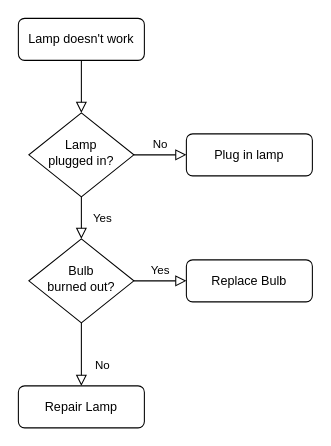
Above: diagram/未命名绘图.drawio in kowloonzh/imgse (draw.io), before the change. Source tidied: cells renumbered, new cells numbered last; positions are measured from the earlier drawing's top-left corner, leaving out a move shared by most shapes. Both pictures are drawn from the tidied source at 105%, with x=0, y=0 at pixel (18, 18).
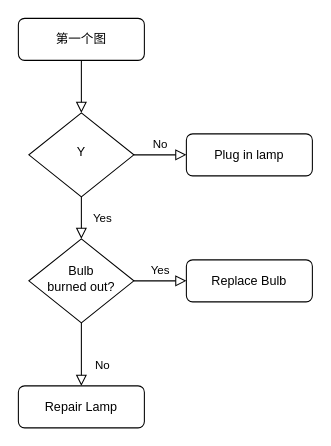
After the change.

Diff of the diagram source:
```diff
@@
 <mxGraphModel>
   <root>
     <mxCell id="0" />
     <mxCell id="1" parent="0" />
     <mxCell id="2" style="rounded=0;html=1;jettySize=auto;fontSize=11;endArrow=block;endFill=0;endSize=8;strokeWidth=1;shadow=0;labelBackgroundColor=none;edgeStyle=orthogonalEdgeStyle;" parent="1" edge="1" source="3" target="6">
       <mxGeometry relative="1" as="geometry" />
     </mxCell>
-    <mxCell id="3" value="Lamp doesn't work" style="rounded=1;whiteSpace=wrap;html=1;fontSize=12;glass=0;strokeWidth=1;shadow=0;" parent="1" vertex="1">
+    <mxCell id="3" value="第一个图" style="rounded=1;whiteSpace=wrap;html=1;fontSize=12;glass=0;strokeWidth=1;shadow=0;" parent="1" vertex="1">
       <mxGeometry width="120" height="40" as="geometry" />
     </mxCell>
     <mxCell id="4" value="Yes" style="rounded=0;html=1;jettySize=auto;fontSize=11;endArrow=block;endFill=0;endSize=8;strokeWidth=1;shadow=0;labelBackgroundColor=none;edgeStyle=orthogonalEdgeStyle;" parent="1" edge="1" source="6" target="10">
       <mxGeometry y="20" relative="1" as="geometry" />
     </mxCell>
     <mxCell id="5" value="No" style="edgeStyle=orthogonalEdgeStyle;rounded=0;html=1;jettySize=auto;fontSize=11;endArrow=block;endFill=0;endSize=8;strokeWidth=1;shadow=0;labelBackgroundColor=none;" parent="1" edge="1" source="6" target="7">
       <mxGeometry y="10" relative="1" as="geometry" />
     </mxCell>
-    <mxCell id="6" value="Lamp&lt;br&gt;plugged in?" style="rhombus;whiteSpace=wrap;html=1;shadow=0;fontFamily=Helvetica;fontSize=12;align=center;strokeWidth=1;spacing=6;spacingTop=-4;" parent="1" vertex="1">
+    <mxCell id="6" value="Y" style="rhombus;whiteSpace=wrap;html=1;shadow=0;fontFamily=Helvetica;fontSize=12;align=center;strokeWidth=1;spacing=6;spacingTop=-4;" parent="1" vertex="1">
       <mxGeometry x="10" y="90" width="100" height="80" as="geometry" />
     </mxCell>
     <mxCell id="7" value="Plug in lamp" style="rounded=1;whiteSpace=wrap;html=1;fontSize=12;glass=0;strokeWidth=1;shadow=0;" parent="1" vertex="1">
       <mxGeometry x="160" y="110" width="120" height="40" as="geometry" />
     </mxCell>
     <mxCell id="8" value="No" style="rounded=0;html=1;jettySize=auto;fontSize=11;endArrow=block;endFill=0;endSize=8;strokeWidth=1;shadow=0;labelBackgroundColor=none;edgeStyle=orthogonalEdgeStyle;" parent="1" edge="1" source="10" target="11">
       <mxGeometry x="0.33" y="20" relative="1" as="geometry" />
     </mxCell>
     <mxCell id="9" value="Yes" style="edgeStyle=orthogonalEdgeStyle;rounded=0;html=1;jettySize=auto;fontSize=11;endArrow=block;endFill=0;endSize=8;strokeWidth=1;shadow=0;labelBackgroundColor=none;" parent="1" edge="1" source="10" target="12">
       <mxGeometry y="10" relative="1" as="geometry" />
     </mxCell>
     <mxCell id="10" value="Bulb&lt;br&gt;burned out?" style="rhombus;whiteSpace=wrap;html=1;shadow=0;fontFamily=Helvetica;fontSize=12;align=center;strokeWidth=1;spacing=6;spacingTop=-4;" parent="1" vertex="1">
       <mxGeometry x="10" y="210" width="100" height="80" as="geometry" />
     </mxCell>
     <mxCell id="11" value="Repair Lamp" style="rounded=1;whiteSpace=wrap;html=1;fontSize=12;glass=0;strokeWidth=1;shadow=0;" parent="1" vertex="1">
       <mxGeometry y="350" width="120" height="40" as="geometry" />
     </mxCell>
     <mxCell id="12" value="Replace Bulb" style="rounded=1;whiteSpace=wrap;html=1;fontSize=12;glass=0;strokeWidth=1;shadow=0;" parent="1" vertex="1">
       <mxGeometry x="160" y="230" width="120" height="40" as="geometry" />
     </mxCell>
   </root>
 </mxGraphModel>
```
